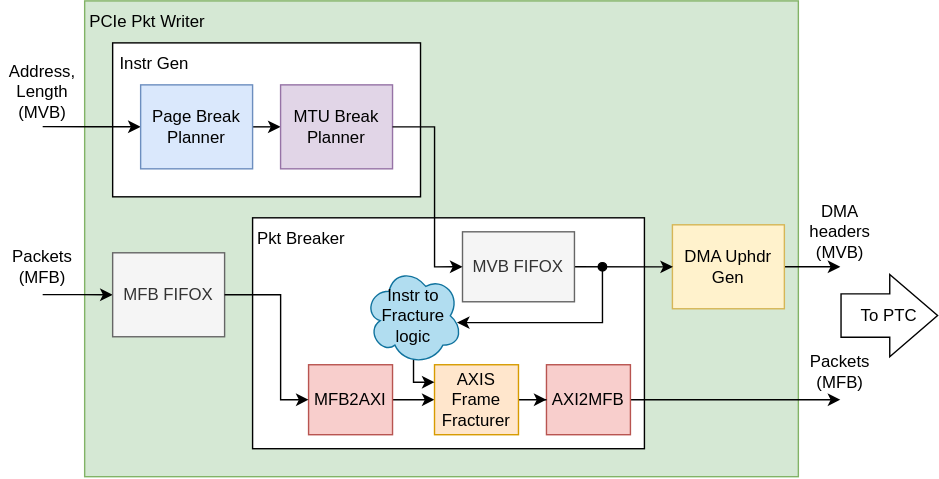
Above: devel/_images/pcie_pkt_writer.drawio.svg in CESNET/ndk-fpga (draw.io), before the change. Source tidied: cells renumbered, new cells last; positions are measured from the earlier drawing's top-left corner, leaving out a move shared by most shapes.
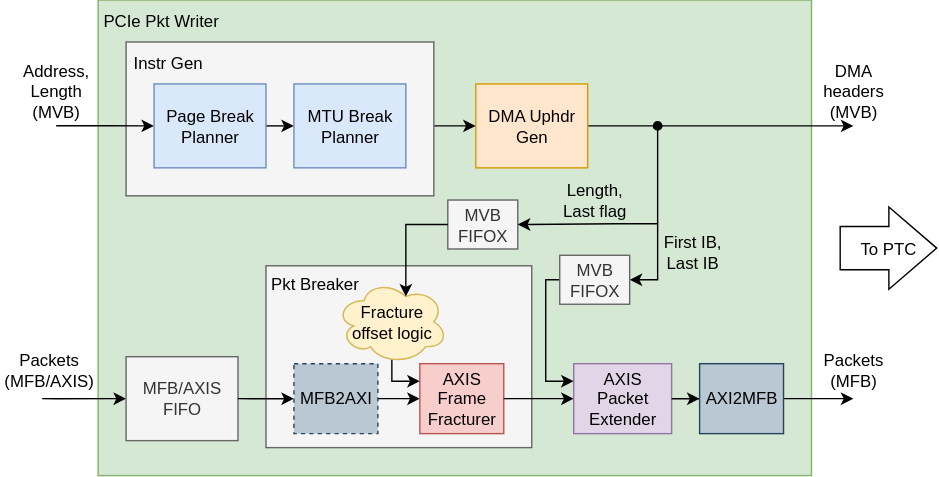
Above is the later version.

What changed in the source:
```diff
@@ -5,131 +5,100 @@
     <mxCell id="2" style="rounded=0;whiteSpace=wrap;html=1;verticalAlign=top;fillColor=#d5e8d4;strokeColor=#82b366;" parent="1" vertex="1">
       <mxGeometry x="60" width="510" height="340" as="geometry" />
     </mxCell>
-    <mxCell id="3" style="edgeStyle=orthogonalEdgeStyle;rounded=0;jettySize=auto;html=1;exitX=0;exitY=0.5;exitDx=0;exitDy=0;entryX=0;entryY=0.5;entryDx=0;entryDy=0;" parent="1" edge="1" target="4">
+    <mxCell id="3" style="edgeStyle=orthogonalEdgeStyle;rounded=0;jettySize=auto;html=1;entryX=0;entryY=0.5;entryDx=0;entryDy=0;" parent="1" edge="1" target="4">
       <mxGeometry relative="1" as="geometry">
-        <mxPoint x="30" y="209.9" as="sourcePoint" />
+        <mxPoint x="20" y="285" as="sourcePoint" />
+        <Array as="points">
+          <mxPoint x="30" y="285" />
+        </Array>
       </mxGeometry>
     </mxCell>
-    <mxCell id="4" value="MFB FIFOX" style="rounded=0;whiteSpace=wrap;html=1;fillColor=#f5f5f5;fontColor=#333333;strokeColor=#666666;" parent="1" vertex="1">
-      <mxGeometry x="80" y="180" width="80" height="60" as="geometry" />
+    <mxCell id="4" value="MFB/AXIS FIFO" style="rounded=0;whiteSpace=wrap;html=1;fillColor=#f5f5f5;strokeColor=#666666;fontColor=#333333;" parent="1" vertex="1">
+      <mxGeometry x="80" y="255" width="80" height="60" as="geometry" />
     </mxCell>
-    <mxCell id="5" style="rounded=0;whiteSpace=wrap;html=1;verticalAlign=top;" parent="1" vertex="1">
-      <mxGeometry x="180" y="155" width="280" height="165" as="geometry" />
+    <mxCell id="5" style="rounded=0;whiteSpace=wrap;html=1;verticalAlign=top;fillColor=#f5f5f5;strokeColor=#666666;fontColor=#333333;" parent="1" vertex="1">
+      <mxGeometry x="180" y="190" width="190" height="130" as="geometry" />
     </mxCell>
     <mxCell id="6" style="edgeStyle=orthogonalEdgeStyle;rounded=0;jettySize=auto;html=1;exitX=1;exitY=0.5;exitDx=0;exitDy=0;" parent="1" edge="1" source="7">
       <mxGeometry relative="1" as="geometry">
         <mxPoint x="600" y="285" as="targetPoint" />
       </mxGeometry>
     </mxCell>
-    <mxCell id="7" value="AXI2MFB" style="rounded=0;whiteSpace=wrap;html=1;fillColor=#f8cecc;strokeColor=#b85450;" parent="1" vertex="1">
-      <mxGeometry x="390" y="260" width="60" height="50" as="geometry" />
-    </mxCell>
     <mxCell id="8" style="edgeStyle=orthogonalEdgeStyle;rounded=0;jettySize=auto;html=1;exitX=1;exitY=0.5;exitDx=0;exitDy=0;" parent="1" edge="1" source="9">
       <mxGeometry relative="1" as="geometry">
-        <mxPoint x="600" y="190" as="targetPoint" />
+        <mxPoint x="600" y="90" as="targetPoint" />
       </mxGeometry>
     </mxCell>
-    <mxCell id="9" value="DMA Uphdr Gen" style="rounded=0;whiteSpace=wrap;html=1;fillColor=#fff2cc;strokeColor=#d6b656;" parent="1" vertex="1">
-      <mxGeometry x="480" y="160" width="80" height="60" as="geometry" />
+    <mxCell id="9" value="DMA Uphdr Gen" style="rounded=0;whiteSpace=wrap;html=1;fillColor=#ffe6cc;strokeColor=#d79b00;" parent="1" vertex="1">
+      <mxGeometry x="330" y="60" width="80" height="60" as="geometry" />
     </mxCell>
     <mxCell id="10" style="edgeStyle=orthogonalEdgeStyle;rounded=0;jettySize=auto;html=1;exitX=1;exitY=0.5;exitDx=0;exitDy=0;entryX=0;entryY=0.5;entryDx=0;entryDy=0;" parent="1" edge="1" source="11" target="13">
       <mxGeometry relative="1" as="geometry" />
     </mxCell>
-    <mxCell id="11" value="MFB2AXI" style="rounded=0;whiteSpace=wrap;html=1;fillColor=#f8cecc;strokeColor=#b85450;" parent="1" vertex="1">
-      <mxGeometry x="220" y="260" width="60" height="50" as="geometry" />
+    <mxCell id="11" value="MFB2AXI" style="rounded=0;whiteSpace=wrap;html=1;fillColor=#bac8d3;strokeColor=#23445d;dashed=1;" parent="1" vertex="1">
+      <mxGeometry x="200" y="260" width="60" height="50" as="geometry" />
     </mxCell>
-    <mxCell id="12" style="edgeStyle=orthogonalEdgeStyle;rounded=0;jettySize=auto;html=1;entryX=0;entryY=0.5;entryDx=0;entryDy=0;" parent="1" edge="1" source="13" target="7">
-      <mxGeometry relative="1" as="geometry" />
-    </mxCell>
-    <mxCell id="13" value="AXIS Frame&lt;div&gt;Fracturer&lt;/div&gt;" style="rounded=0;whiteSpace=wrap;html=1;fillColor=#ffe6cc;strokeColor=#d79b00;" parent="1" vertex="1">
-      <mxGeometry x="310" y="260" width="60" height="50" as="geometry" />
+    <mxCell id="13" value="AXIS Frame&lt;div&gt;Fracturer&lt;/div&gt;" style="rounded=0;whiteSpace=wrap;html=1;fillColor=#f8cecc;strokeColor=#b85450;" parent="1" vertex="1">
+      <mxGeometry x="290" y="260" width="60" height="50" as="geometry" />
     </mxCell>
-    <mxCell id="14" style="edgeStyle=orthogonalEdgeStyle;rounded=0;orthogonalLoop=1;jettySize=auto;html=1;entryX=0.005;entryY=0.584;entryDx=0;entryDy=0;entryPerimeter=0;" parent="1" edge="1">
+    <mxCell id="14" style="edgeStyle=orthogonalEdgeStyle;rounded=0;jettySize=auto;html=1;entryX=1;entryY=0.5;entryDx=0;entryDy=0;" parent="1" edge="1" target="40">
       <mxGeometry relative="1" as="geometry">
-        <mxPoint x="410" y="190" as="sourcePoint" />
-        <mxPoint x="480.4" y="190" as="targetPoint" />
+        <mxPoint x="460" y="160" as="sourcePoint" />
+        <Array as="points">
+          <mxPoint x="460" y="200" />
+        </Array>
       </mxGeometry>
     </mxCell>
-    <mxCell id="15" value="MVB FIFOX" style="rounded=0;whiteSpace=wrap;html=1;fillColor=#f5f5f5;fontColor=#333333;strokeColor=#666666;" parent="1" vertex="1">
-      <mxGeometry x="330" y="165" width="80" height="50" as="geometry" />
+    <mxCell id="15" value="MVB FIFOX" style="rounded=0;whiteSpace=wrap;html=1;fillColor=#f5f5f5;strokeColor=#666666;fontColor=#333333;" parent="1" vertex="1">
+      <mxGeometry x="310" y="143" width="50" height="35" as="geometry" />
     </mxCell>
     <mxCell id="16" value="PCIe Pkt Writer" style="text;html=1;whiteSpace=wrap;strokeColor=none;fillColor=none;align=center;verticalAlign=middle;rounded=0;" parent="1" vertex="1">
       <mxGeometry x="60" width="90" height="30" as="geometry" />
     </mxCell>
     <mxCell id="17" value="Pkt Breaker" style="text;html=1;whiteSpace=wrap;strokeColor=none;fillColor=none;align=center;verticalAlign=middle;rounded=0;" parent="1" vertex="1">
-      <mxGeometry x="180" y="155" width="70" height="30" as="geometry" />
+      <mxGeometry x="180" y="187.5" width="70" height="30" as="geometry" />
     </mxCell>
-    <mxCell id="18" style="group;" parent="1" vertex="1">
-      <mxGeometry x="80" y="30" width="240" height="110" as="geometry" />
-    </mxCell>
-    <mxCell id="19" style="rounded=0;whiteSpace=wrap;html=1;verticalAlign=top;align=center;" parent="18" vertex="1">
-      <mxGeometry width="220" height="110" as="geometry" />
-    </mxCell>
-    <mxCell id="20" style="edgeStyle=orthogonalEdgeStyle;rounded=0;jettySize=auto;html=1;exitX=1;exitY=0.5;exitDx=0;exitDy=0;entryX=0;entryY=0.5;entryDx=0;entryDy=0;" parent="18" edge="1" source="22" target="23">
-      <mxGeometry relative="1" as="geometry" />
-    </mxCell>
-    <mxCell id="21" style="edgeStyle=orthogonalEdgeStyle;rounded=0;jettySize=auto;html=1;exitX=0;exitY=0.5;exitDx=0;exitDy=0;entryX=0;entryY=0.5;entryDx=0;entryDy=0;" parent="18" edge="1" target="22">
-      <mxGeometry relative="1" as="geometry">
-        <mxPoint x="-50" y="59.9" as="sourcePoint" />
-      </mxGeometry>
-    </mxCell>
-    <mxCell id="22" value="Page Break Planner" style="rounded=0;whiteSpace=wrap;html=1;fillColor=#dae8fc;strokeColor=#6c8ebf;" parent="18" vertex="1">
-      <mxGeometry x="20" y="30" width="80" height="60" as="geometry" />
-    </mxCell>
-    <mxCell id="23" value="MTU Break Planner" style="rounded=0;whiteSpace=wrap;html=1;fillColor=#e1d5e7;strokeColor=#9673a6;" parent="18" vertex="1">
-      <mxGeometry x="120" y="30" width="80" height="60" as="geometry" />
-    </mxCell>
-    <mxCell id="24" value="Instr Gen" style="text;html=1;whiteSpace=wrap;strokeColor=none;fillColor=none;align=center;verticalAlign=middle;rounded=0;" parent="18" vertex="1">
-      <mxGeometry width="60" height="30" as="geometry" />
-    </mxCell>
-    <mxCell id="25" style="edgeStyle=orthogonalEdgeStyle;rounded=0;jettySize=auto;html=1;exitX=1;exitY=0.5;exitDx=0;exitDy=0;entryX=0;entryY=0.5;entryDx=0;entryDy=0;" parent="1" edge="1" source="23" target="15">
-      <mxGeometry relative="1" as="geometry">
-        <Array as="points">
-          <mxPoint x="310" y="90" />
-          <mxPoint x="310" y="190" />
-        </Array>
-      </mxGeometry>
-    </mxCell>
     <mxCell id="26" value="Address,&lt;div&gt;Length&lt;/div&gt;&lt;div&gt;(MVB)&lt;/div&gt;" style="text;html=1;whiteSpace=wrap;strokeColor=none;fillColor=none;align=center;verticalAlign=middle;rounded=0;" parent="1" vertex="1">
       <mxGeometry y="40" width="60" height="50" as="geometry" />
     </mxCell>
-    <mxCell id="27" value="Packets&lt;div&gt;(MFB)&lt;/div&gt;" style="text;html=1;whiteSpace=wrap;strokeColor=none;fillColor=none;align=center;verticalAlign=middle;rounded=0;" parent="1" vertex="1">
-      <mxGeometry y="170" width="60" height="40" as="geometry" />
+    <mxCell id="27" value="Packets&lt;div&gt;(MFB/AXIS)&lt;/div&gt;" style="text;html=1;whiteSpace=wrap;strokeColor=none;fillColor=none;align=center;verticalAlign=middle;rounded=0;" parent="1" vertex="1">
+      <mxGeometry x="-10" y="245" width="70" height="40" as="geometry" />
     </mxCell>
-    <mxCell id="28" style="edgeStyle=orthogonalEdgeStyle;rounded=0;jettySize=auto;html=1;entryX=0;entryY=0.5;entryDx=0;entryDy=0;" parent="1" edge="1" source="4" target="11">
+    <mxCell id="28" style="edgeStyle=orthogonalEdgeStyle;rounded=0;jettySize=auto;html=1;entryX=0;entryY=0.5;entryDx=0;entryDy=0;exitX=1;exitY=0.5;exitDx=0;exitDy=0;" parent="1" edge="1" source="4" target="11">
       <mxGeometry relative="1" as="geometry">
         <Array as="points">
-          <mxPoint x="200" y="210" />
-          <mxPoint x="200" y="285" />
+          <mxPoint x="170" y="285" />
+          <mxPoint x="170" y="285" />
         </Array>
       </mxGeometry>
     </mxCell>
-    <mxCell id="29" style="endArrow=classic;html=1;rounded=0;startArrow=oval;startFill=1;edgeStyle=orthogonalEdgeStyle;entryX=0.943;entryY=0.57;entryDx=0;entryDy=0;entryPerimeter=0;" parent="1" edge="1" target="31">
+    <mxCell id="29" style="endArrow=classic;html=1;rounded=0;startArrow=oval;startFill=1;edgeStyle=orthogonalEdgeStyle;entryX=1;entryY=0.5;entryDx=0;entryDy=0;" parent="1" edge="1" target="15">
       <mxGeometry relative="1" as="geometry">
-        <mxPoint x="430" y="190" as="sourcePoint" />
+        <mxPoint x="460" y="90" as="sourcePoint" />
         <Array as="points">
-          <mxPoint x="430" y="230" />
+          <mxPoint x="430" y="160" />
+          <mxPoint x="360" y="160" />
         </Array>
       </mxGeometry>
     </mxCell>
     <mxCell id="30" style="edgeStyle=orthogonalEdgeStyle;rounded=0;jettySize=auto;html=1;exitX=0.5;exitY=0.948;exitDx=0;exitDy=0;exitPerimeter=0;entryX=0;entryY=0.25;entryDx=0;entryDy=0;" parent="1" edge="1" source="31" target="13">
       <mxGeometry relative="1" as="geometry">
         <Array as="points">
-          <mxPoint x="295" y="273" />
+          <mxPoint x="270" y="273" />
         </Array>
       </mxGeometry>
     </mxCell>
-    <mxCell id="31" value="Instr to Fracture logic" style="ellipse;shape=cloud;whiteSpace=wrap;html=1;fillColor=#b1ddf0;strokeColor=#10739e;" parent="1" vertex="1">
-      <mxGeometry x="260" y="190" width="70" height="70" as="geometry" />
+    <mxCell id="31" value="Fracture offset&amp;nbsp;&lt;span style=&quot;background-color: transparent; color: light-dark(rgb(0, 0, 0), rgb(255, 255, 255));&quot;&gt;logic&lt;/span&gt;" style="ellipse;shape=cloud;whiteSpace=wrap;html=1;fillColor=#fff2cc;strokeColor=#d6b656;" parent="1" vertex="1">
+      <mxGeometry x="230" y="200" width="80" height="60" as="geometry" />
     </mxCell>
     <mxCell id="32" value="&lt;div&gt;DMA headers&lt;/div&gt;&lt;div&gt;(MVB)&lt;/div&gt;" style="text;html=1;whiteSpace=wrap;strokeColor=none;fillColor=none;align=center;verticalAlign=middle;rounded=0;" parent="1" vertex="1">
-      <mxGeometry x="570" y="140" width="60" height="50" as="geometry" />
+      <mxGeometry x="570" y="40" width="60" height="50" as="geometry" />
     </mxCell>
     <mxCell id="33" value="Packets&lt;div&gt;(MFB)&lt;/div&gt;" style="text;html=1;whiteSpace=wrap;strokeColor=none;fillColor=none;align=center;verticalAlign=middle;rounded=0;" parent="1" vertex="1">
       <mxGeometry x="570" y="240" width="60" height="50" as="geometry" />
     </mxCell>
     <mxCell id="34" style="group;" parent="1" vertex="1">
-      <mxGeometry x="600" y="217.5" width="70" height="15" as="geometry" />
+      <mxGeometry x="590" y="170" width="70" height="15" as="geometry" />
     </mxCell>
     <mxCell id="35" style="shape=flexArrow;endArrow=classic;html=1;rounded=0;endWidth=26.782945736434108;endSize=11.06279069767442;width=30.930232558139537;" parent="34" edge="1">
       <mxGeometry relative="1" as="geometry">
@@ -140,5 +109,64 @@
     <mxCell id="36" value="To PTC" style="text;html=1;whiteSpace=wrap;strokeColor=none;fillColor=none;align=center;verticalAlign=middle;rounded=0;" parent="34" vertex="1">
       <mxGeometry x="10" width="50" height="15" as="geometry" />
     </mxCell>
+    <mxCell id="25" style="edgeStyle=orthogonalEdgeStyle;rounded=0;jettySize=auto;html=1;exitX=1;exitY=0.5;exitDx=0;exitDy=0;entryX=0;entryY=0.5;entryDx=0;entryDy=0;" parent="1" edge="1" source="23" target="9">
+      <mxGeometry relative="1" as="geometry" />
+    </mxCell>
+    <mxCell id="37" style="edgeStyle=orthogonalEdgeStyle;rounded=0;jettySize=auto;html=1;entryX=0.625;entryY=0.2;entryDx=0;entryDy=0;entryPerimeter=0;exitX=0;exitY=0.5;exitDx=0;exitDy=0;" parent="1" edge="1" source="15" target="31">
+      <mxGeometry relative="1" as="geometry">
+        <Array as="points">
+          <mxPoint x="280" y="161" />
+        </Array>
+      </mxGeometry>
+    </mxCell>
+    <mxCell id="38" value="Length,&lt;div&gt;Last flag&lt;/div&gt;" style="text;html=1;whiteSpace=wrap;strokeColor=none;fillColor=none;align=center;verticalAlign=middle;rounded=0;spacingBottom=0;" parent="1" vertex="1">
+      <mxGeometry x="390" y="128" width="50" height="30" as="geometry" />
+    </mxCell>
+    <mxCell id="39" style="edgeStyle=orthogonalEdgeStyle;rounded=0;jettySize=auto;html=1;entryX=0;entryY=0.25;entryDx=0;entryDy=0;exitX=0;exitY=0.5;exitDx=0;exitDy=0;" parent="1" edge="1" source="40" target="43">
+      <mxGeometry relative="1" as="geometry">
+        <Array as="points">
+          <mxPoint x="380" y="200" />
+          <mxPoint x="380" y="273" />
+        </Array>
+      </mxGeometry>
+    </mxCell>
+    <mxCell id="40" value="MVB FIFOX" style="rounded=0;whiteSpace=wrap;html=1;fillColor=#f5f5f5;strokeColor=#666666;fontColor=#333333;" parent="1" vertex="1">
+      <mxGeometry x="390" y="182.5" width="50" height="35" as="geometry" />
+    </mxCell>
+    <mxCell id="41" value="First IB,&lt;div&gt;Last IB&lt;/div&gt;" style="text;html=1;whiteSpace=wrap;strokeColor=none;fillColor=none;align=center;verticalAlign=middle;rounded=0;spacingBottom=0;" parent="1" vertex="1">
+      <mxGeometry x="460" y="164.5" width="50" height="30" as="geometry" />
+    </mxCell>
+    <mxCell id="42" style="edgeStyle=orthogonalEdgeStyle;rounded=0;jettySize=auto;html=1;exitX=1;exitY=0.5;exitDx=0;exitDy=0;" parent="1" edge="1" source="13" target="43">
+      <mxGeometry relative="1" as="geometry" />
+    </mxCell>
+    <mxCell id="43" value="AXIS&lt;div&gt;Packet Extender&lt;/div&gt;" style="rounded=0;whiteSpace=wrap;html=1;fillColor=#e1d5e7;strokeColor=#9673a6;" parent="1" vertex="1">
+      <mxGeometry x="400" y="260" width="70" height="50" as="geometry" />
+    </mxCell>
+    <mxCell id="19" style="rounded=0;whiteSpace=wrap;html=1;verticalAlign=top;align=center;fillColor=#f5f5f5;fontColor=#333333;strokeColor=#666666;" parent="1" vertex="1">
+      <mxGeometry x="80" y="30" width="220" height="110" as="geometry" />
+    </mxCell>
+    <mxCell id="20" style="edgeStyle=orthogonalEdgeStyle;rounded=0;jettySize=auto;html=1;exitX=1;exitY=0.5;exitDx=0;exitDy=0;entryX=0;entryY=0.5;entryDx=0;entryDy=0;" parent="1" edge="1" source="22" target="23">
+      <mxGeometry relative="1" as="geometry" />
+    </mxCell>
+    <mxCell id="21" style="edgeStyle=orthogonalEdgeStyle;rounded=0;jettySize=auto;html=1;exitX=0;exitY=0.5;exitDx=0;exitDy=0;entryX=0;entryY=0.5;entryDx=0;entryDy=0;" parent="1" edge="1" target="22">
+      <mxGeometry relative="1" as="geometry">
+        <mxPoint x="30" y="89.9" as="sourcePoint" />
+      </mxGeometry>
+    </mxCell>
+    <mxCell id="22" value="Page Break Planner" style="rounded=0;whiteSpace=wrap;html=1;fillColor=#dae8fc;strokeColor=#6c8ebf;" parent="1" vertex="1">
+      <mxGeometry x="100" y="60" width="80" height="60" as="geometry" />
+    </mxCell>
+    <mxCell id="23" value="MTU Break Planner" style="rounded=0;whiteSpace=wrap;html=1;fillColor=#dae8fc;strokeColor=#6c8ebf;" parent="1" vertex="1">
+      <mxGeometry x="200" y="60" width="80" height="60" as="geometry" />
+    </mxCell>
+    <mxCell id="24" value="Instr Gen" style="text;html=1;whiteSpace=wrap;strokeColor=none;fillColor=none;align=center;verticalAlign=middle;rounded=0;" parent="1" vertex="1">
+      <mxGeometry x="80" y="30" width="60" height="30" as="geometry" />
+    </mxCell>
+    <mxCell id="44" style="edgeStyle=orthogonalEdgeStyle;rounded=0;jettySize=auto;html=1;exitX=1;exitY=0.5;exitDx=0;exitDy=0;" parent="1" edge="1" source="43" target="7">
+      <mxGeometry relative="1" as="geometry" />
+    </mxCell>
+    <mxCell id="7" value="AXI2MFB" style="rounded=0;whiteSpace=wrap;html=1;fillColor=#bac8d3;strokeColor=#23445d;" parent="1" vertex="1">
+      <mxGeometry x="490" y="260" width="60" height="50" as="geometry" />
+    </mxCell>
   </root>
 </mxGraphModel>
```
